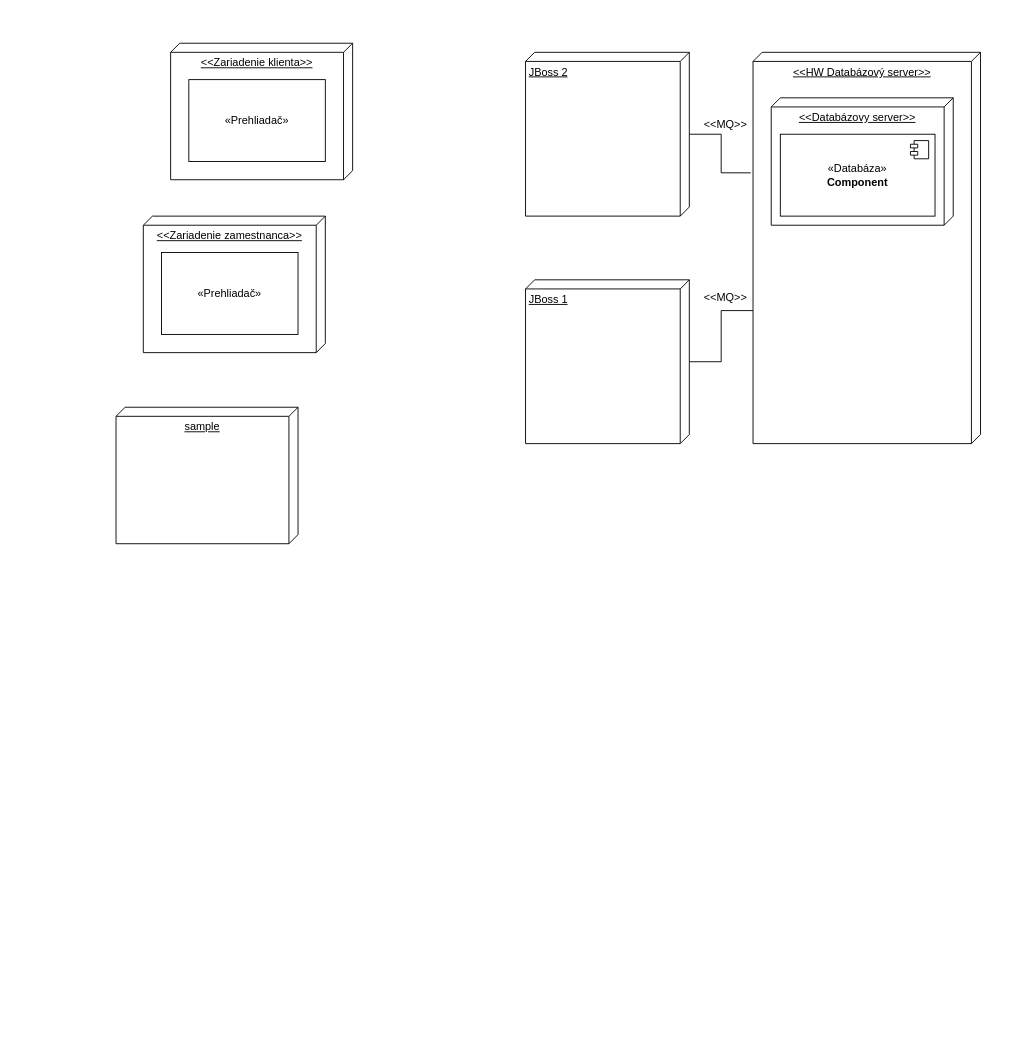
This is UML/DeploymentDiagram.drawio from KubkoFrano/VyvojVelkychAplikacii, a draw.io file, before an edit. Source tidied: cells renumbered, new cells numbered last; positions are measured from the earlier drawing's top-left corner, leaving out a move shared by most shapes. Both pictures are drawn from the tidied source at 91%, with x=0, y=0 at pixel (116, 43).
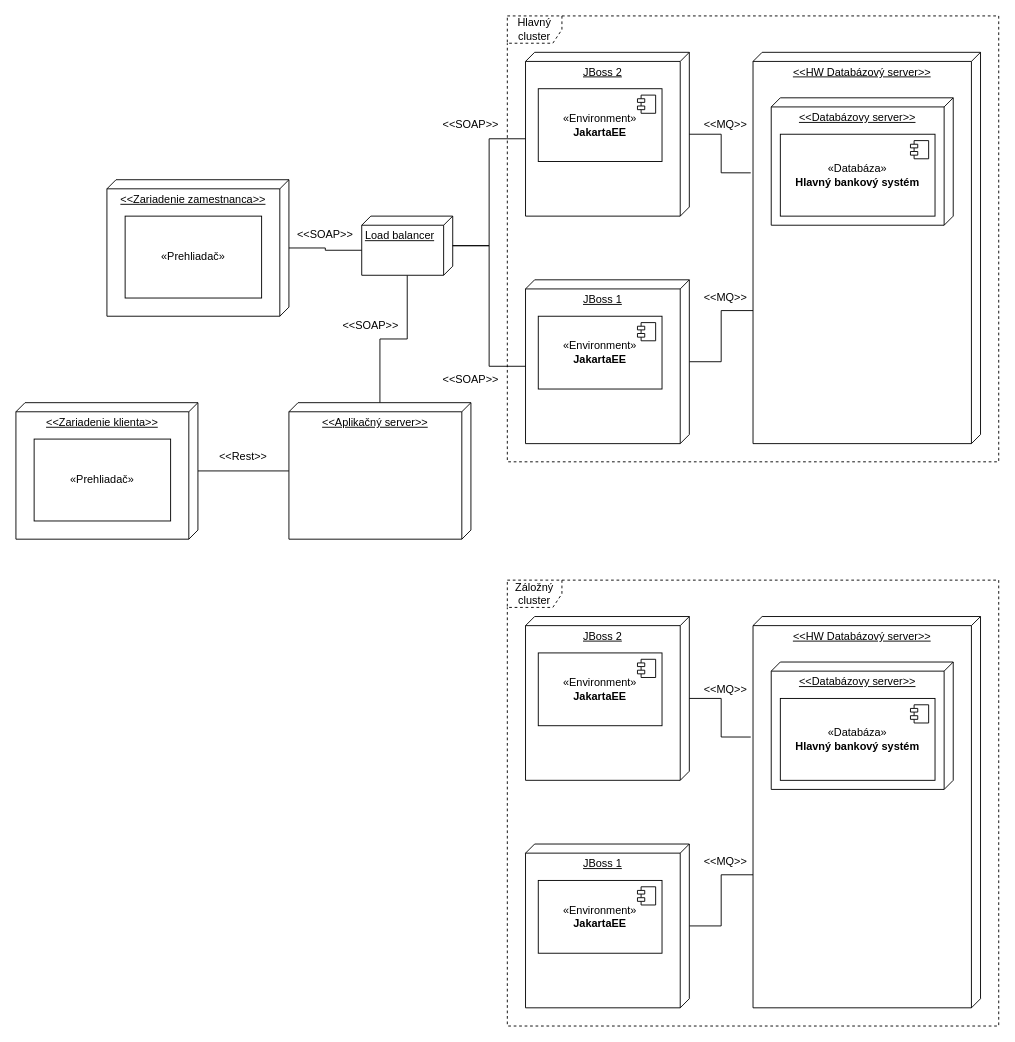
The same page after the edit.

Diff of the diagram source:
```diff
@@
-    <mxCell id="3" value="JBoss 1" style="verticalAlign=top;align=left;spacingTop=8;spacingLeft=2;spacingRight=12;shape=cube;size=10;direction=south;fontStyle=4;html=1;whiteSpace=wrap;" parent="1" vertex="1">
+    <mxCell id="3" value="JBoss 1" style="verticalAlign=top;align=center;spacingTop=8;spacingLeft=2;spacingRight=12;shape=cube;size=10;direction=south;fontStyle=4;html=1;whiteSpace=wrap;" parent="1" vertex="1">
       <mxGeometry x="450" y="260" width="180" height="180" as="geometry" />
     </mxCell>
-    <mxCell id="4" value="JBoss 2" style="verticalAlign=top;align=left;spacingTop=8;spacingLeft=2;spacingRight=12;shape=cube;size=10;direction=south;fontStyle=4;html=1;whiteSpace=wrap;" parent="1" vertex="1">
+    <mxCell id="4" value="JBoss 2" style="verticalAlign=top;align=center;spacingTop=8;spacingLeft=2;spacingRight=12;shape=cube;size=10;direction=south;fontStyle=4;html=1;whiteSpace=wrap;" parent="1" vertex="1">
       <mxGeometry x="450" y="10" width="180" height="180" as="geometry" />
     </mxCell>
@@
-    <mxCell id="6" value="sample" style="verticalAlign=top;align=center;spacingTop=8;spacingLeft=2;spacingRight=12;shape=cube;size=10;direction=south;fontStyle=4;html=1;whiteSpace=wrap;" parent="1" vertex="1">
-      <mxGeometry y="400" width="200" height="150" as="geometry" />
-    </mxCell>
@@
-    <mxCell id="8" value="«Databáza»&lt;br&gt;&lt;b&gt;Component&lt;/b&gt;" style="html=1;whiteSpace=wrap;" parent="1" vertex="1">
+    <mxCell id="8" value="«Databáza»&lt;br&gt;&lt;b&gt;Hlavný bankový systém&lt;/b&gt;" style="html=1;whiteSpace=wrap;" parent="1" vertex="1">
       <mxGeometry x="730" y="100" width="170" height="90" as="geometry" />
     </mxCell>
@@
+    <mxCell id="17" style="edgeStyle=orthogonalEdgeStyle;rounded=0;jettySize=auto;html=1;endArrow=none;endFill=0;" parent="1" edge="1" source="10" target="23">
+      <mxGeometry relative="1" as="geometry" />
+    </mxCell>
     <mxCell id="10" value="&amp;lt;&amp;lt;Zariadenie klienta&amp;gt;&amp;gt;" style="verticalAlign=top;align=center;spacingTop=8;spacingLeft=2;spacingRight=12;shape=cube;size=10;direction=south;fontStyle=4;html=1;whiteSpace=wrap;" parent="1" vertex="1">
-      <mxGeometry x="60" width="200" height="150" as="geometry" />
+      <mxGeometry x="-110" y="395" width="200" height="150" as="geometry" />
     </mxCell>
     <mxCell id="11" value="«Prehliadač»" style="html=1;whiteSpace=wrap;" parent="1" vertex="1">
-      <mxGeometry x="80" y="40" width="150" height="90" as="geometry" />
+      <mxGeometry x="-90" y="435" width="150" height="90" as="geometry" />
     </mxCell>
     <mxCell id="12" value="&amp;lt;&amp;lt;Zariadenie zamestnanca&amp;gt;&amp;gt;" style="verticalAlign=top;align=center;spacingTop=8;spacingLeft=2;spacingRight=12;shape=cube;size=10;direction=south;fontStyle=4;html=1;whiteSpace=wrap;" parent="1" vertex="1">
-      <mxGeometry x="30" y="190" width="200" height="150" as="geometry" />
+      <mxGeometry x="-10" y="150" width="200" height="150" as="geometry" />
     </mxCell>
     <mxCell id="13" value="«Prehliadač»" style="html=1;whiteSpace=wrap;" parent="1" vertex="1">
-      <mxGeometry x="50" y="230" width="150" height="90" as="geometry" />
+      <mxGeometry x="10" y="190" width="150" height="90" as="geometry" />
     </mxCell>
@@
+    <mxCell id="18" value="«Environment»&lt;br&gt;&lt;b&gt;JakartaEE&lt;/b&gt;" style="html=1;whiteSpace=wrap;" parent="1" vertex="1">
+      <mxGeometry x="464" y="50" width="136" height="80" as="geometry" />
+    </mxCell>
+    <mxCell id="19" style="shape=module;jettyWidth=8;jettyHeight=4;" parent="18" vertex="1">
+      <mxGeometry x="1" width="20" height="20" relative="1" as="geometry">
+        <mxPoint x="-27" y="7" as="offset" />
+      </mxGeometry>
+    </mxCell>
+    <mxCell id="20" value="«Environment»&lt;br&gt;&lt;b&gt;JakartaEE&lt;/b&gt;" style="html=1;whiteSpace=wrap;" parent="1" vertex="1">
+      <mxGeometry x="464" y="300" width="136" height="80" as="geometry" />
+    </mxCell>
+    <mxCell id="21" style="shape=module;jettyWidth=8;jettyHeight=4;" parent="20" vertex="1">
+      <mxGeometry x="1" width="20" height="20" relative="1" as="geometry">
+        <mxPoint x="-27" y="7" as="offset" />
+      </mxGeometry>
+    </mxCell>
+    <mxCell id="22" style="edgeStyle=orthogonalEdgeStyle;rounded=0;jettySize=auto;html=1;endArrow=none;endFill=0;" parent="1" edge="1" source="23" target="24">
+      <mxGeometry relative="1" as="geometry" />
+    </mxCell>
+    <mxCell id="23" value="&amp;lt;&amp;lt;Aplikačný server&amp;gt;&amp;gt;" style="verticalAlign=top;align=center;spacingTop=8;spacingLeft=2;spacingRight=12;shape=cube;size=10;direction=south;fontStyle=4;html=1;whiteSpace=wrap;" parent="1" vertex="1">
+      <mxGeometry x="190" y="395" width="200" height="150" as="geometry" />
+    </mxCell>
+    <mxCell id="24" value="Load balancer" style="verticalAlign=top;align=left;spacingTop=8;spacingLeft=2;spacingRight=12;shape=cube;size=10;direction=south;fontStyle=4;html=1;whiteSpace=wrap;" parent="1" vertex="1">
+      <mxGeometry x="270" y="190" width="100" height="65" as="geometry" />
+    </mxCell>
+    <mxCell id="25" style="edgeStyle=orthogonalEdgeStyle;rounded=0;jettySize=auto;html=1;entryX=0;entryY=0;entryDx=95;entryDy=180;entryPerimeter=0;endArrow=none;endFill=0;" parent="1" edge="1" source="24" target="4">
+      <mxGeometry relative="1" as="geometry" />
+    </mxCell>
+    <mxCell id="26" style="edgeStyle=orthogonalEdgeStyle;rounded=0;jettySize=auto;html=1;entryX=0;entryY=0;entryDx=95;entryDy=180;entryPerimeter=0;endArrow=none;endFill=0;" parent="1" edge="1" source="24" target="3">
+      <mxGeometry relative="1" as="geometry" />
+    </mxCell>
+    <mxCell id="27" style="edgeStyle=orthogonalEdgeStyle;rounded=0;jettySize=auto;html=1;entryX=0;entryY=0;entryDx=37.5;entryDy=100;entryPerimeter=0;endArrow=none;endFill=0;" parent="1" edge="1" source="12" target="24">
+      <mxGeometry relative="1" as="geometry" />
+    </mxCell>
+    <mxCell id="28" value="&amp;lt;&amp;lt;SOAP&amp;gt;&amp;gt;" style="text;html=1;strokeColor=none;fillColor=none;align=center;verticalAlign=middle;whiteSpace=wrap;overflow=hidden;" parent="1" vertex="1">
+      <mxGeometry x="190" y="200" width="80" height="20" as="geometry" />
+    </mxCell>
+    <mxCell id="29" value="&amp;lt;&amp;lt;Rest&amp;gt;&amp;gt;" style="text;html=1;strokeColor=none;fillColor=none;align=center;verticalAlign=middle;whiteSpace=wrap;overflow=hidden;" parent="1" vertex="1">
+      <mxGeometry x="100" y="445" width="80" height="20" as="geometry" />
+    </mxCell>
+    <mxCell id="30" value="&amp;lt;&amp;lt;SOAP&amp;gt;&amp;gt;" style="text;html=1;strokeColor=none;fillColor=none;align=center;verticalAlign=middle;whiteSpace=wrap;overflow=hidden;" parent="1" vertex="1">
+      <mxGeometry x="240" y="300" width="80" height="20" as="geometry" />
+    </mxCell>
+    <mxCell id="31" value="&amp;lt;&amp;lt;SOAP&amp;gt;&amp;gt;" style="text;html=1;strokeColor=none;fillColor=none;align=center;verticalAlign=middle;whiteSpace=wrap;overflow=hidden;" parent="1" vertex="1">
+      <mxGeometry x="350" y="360" width="80" height="20" as="geometry" />
+    </mxCell>
+    <mxCell id="32" value="&amp;lt;&amp;lt;SOAP&amp;gt;&amp;gt;" style="text;html=1;strokeColor=none;fillColor=none;align=center;verticalAlign=middle;whiteSpace=wrap;overflow=hidden;" parent="1" vertex="1">
+      <mxGeometry x="350" y="80" width="80" height="20" as="geometry" />
+    </mxCell>
+    <mxCell id="33" value="Hlavný cluster" style="shape=umlFrame;whiteSpace=wrap;html=1;dashed=1;" parent="1" vertex="1">
+      <mxGeometry x="430" y="-30" width="540" height="490" as="geometry" />
+    </mxCell>
+    <mxCell id="34" style="edgeStyle=orthogonalEdgeStyle;rounded=0;jettySize=auto;html=1;endArrow=none;endFill=0;entryX=0.66;entryY=0.991;entryDx=0;entryDy=0;entryPerimeter=0;" parent="1" edge="1" source="35" target="37">
+      <mxGeometry relative="1" as="geometry" />
+    </mxCell>
+    <mxCell id="35" value="JBoss 1" style="verticalAlign=top;align=center;spacingTop=8;spacingLeft=2;spacingRight=12;shape=cube;size=10;direction=south;fontStyle=4;html=1;whiteSpace=wrap;" parent="1" vertex="1">
+      <mxGeometry x="450" y="880" width="180" height="180" as="geometry" />
+    </mxCell>
+    <mxCell id="36" value="JBoss 2" style="verticalAlign=top;align=center;spacingTop=8;spacingLeft=2;spacingRight=12;shape=cube;size=10;direction=south;fontStyle=4;html=1;whiteSpace=wrap;" parent="1" vertex="1">
+      <mxGeometry x="450" y="630" width="180" height="180" as="geometry" />
+    </mxCell>
+    <mxCell id="37" value="&amp;lt;&amp;lt;HW Databázový server&amp;gt;&amp;gt;" style="verticalAlign=top;align=center;spacingTop=8;spacingLeft=2;spacingRight=12;shape=cube;size=10;direction=south;fontStyle=4;html=1;whiteSpace=wrap;" parent="1" vertex="1">
+      <mxGeometry x="700" y="630" width="250" height="430" as="geometry" />
+    </mxCell>
+    <mxCell id="38" value="&amp;lt;&amp;lt;Databázovy server&amp;gt;&amp;gt;" style="verticalAlign=top;align=center;spacingTop=8;spacingLeft=2;spacingRight=12;shape=cube;size=10;direction=south;fontStyle=4;html=1;whiteSpace=wrap;" parent="1" vertex="1">
+      <mxGeometry x="720" y="680" width="200" height="140" as="geometry" />
+    </mxCell>
+    <mxCell id="39" value="«Databáza»&lt;br&gt;&lt;b&gt;Hlavný bankový systém&lt;/b&gt;" style="html=1;whiteSpace=wrap;" parent="1" vertex="1">
+      <mxGeometry x="730" y="720" width="170" height="90" as="geometry" />
+    </mxCell>
+    <mxCell id="40" style="shape=module;jettyWidth=8;jettyHeight=4;" parent="39" vertex="1">
+      <mxGeometry x="1" width="20" height="20" relative="1" as="geometry">
+        <mxPoint x="-27" y="7" as="offset" />
+      </mxGeometry>
+    </mxCell>
+    <mxCell id="41" style="edgeStyle=orthogonalEdgeStyle;rounded=0;jettySize=auto;html=1;entryX=0.308;entryY=1.01;entryDx=0;entryDy=0;entryPerimeter=0;endArrow=none;endFill=0;" parent="1" edge="1" source="36" target="37">
+      <mxGeometry relative="1" as="geometry" />
+    </mxCell>
+    <mxCell id="42" value="&amp;lt;&amp;lt;MQ&amp;gt;&amp;gt;" style="text;html=1;strokeColor=none;fillColor=none;align=center;verticalAlign=middle;whiteSpace=wrap;overflow=hidden;" parent="1" vertex="1">
+      <mxGeometry x="630" y="700" width="80" height="20" as="geometry" />
+    </mxCell>
+    <mxCell id="43" value="&amp;lt;&amp;lt;MQ&amp;gt;&amp;gt;" style="text;html=1;strokeColor=none;fillColor=none;align=center;verticalAlign=middle;whiteSpace=wrap;overflow=hidden;" parent="1" vertex="1">
+      <mxGeometry x="630" y="890" width="80" height="20" as="geometry" />
+    </mxCell>
+    <mxCell id="44" value="«Environment»&lt;br&gt;&lt;b&gt;JakartaEE&lt;/b&gt;" style="html=1;whiteSpace=wrap;" parent="1" vertex="1">
+      <mxGeometry x="464" y="670" width="136" height="80" as="geometry" />
+    </mxCell>
+    <mxCell id="45" style="shape=module;jettyWidth=8;jettyHeight=4;" parent="44" vertex="1">
+      <mxGeometry x="1" width="20" height="20" relative="1" as="geometry">
+        <mxPoint x="-27" y="7" as="offset" />
+      </mxGeometry>
+    </mxCell>
+    <mxCell id="46" value="«Environment»&lt;br&gt;&lt;b&gt;JakartaEE&lt;/b&gt;" style="html=1;whiteSpace=wrap;" parent="1" vertex="1">
+      <mxGeometry x="464" y="920" width="136" height="80" as="geometry" />
+    </mxCell>
+    <mxCell id="47" style="shape=module;jettyWidth=8;jettyHeight=4;" parent="46" vertex="1">
+      <mxGeometry x="1" width="20" height="20" relative="1" as="geometry">
+        <mxPoint x="-27" y="7" as="offset" />
+      </mxGeometry>
+    </mxCell>
+    <mxCell id="48" value="Záložný cluster" style="shape=umlFrame;whiteSpace=wrap;html=1;dashed=1;gradientColor=none;" parent="1" vertex="1">
+      <mxGeometry x="430" y="590" width="540" height="490" as="geometry" />
+    </mxCell>
```
